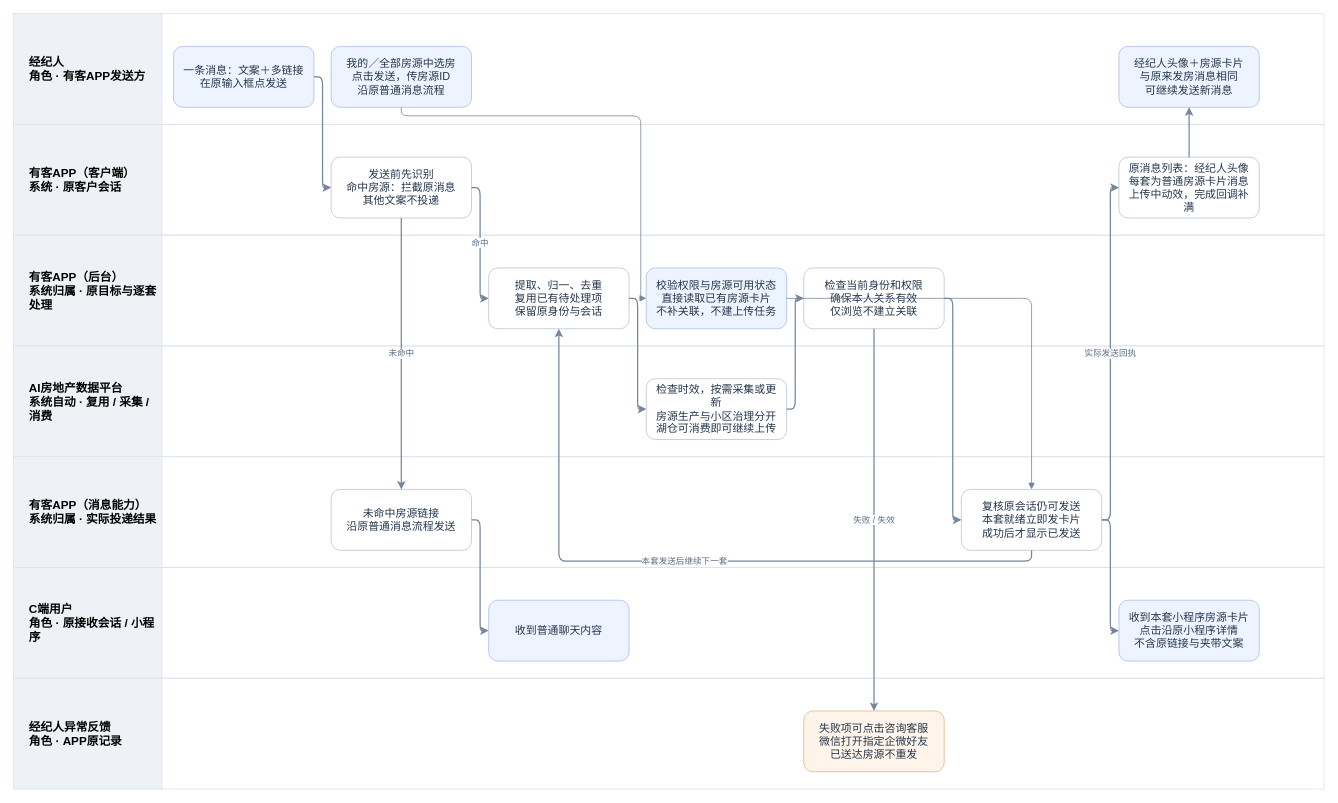
Before: page "APP客户会话｜角色与系统泳道" (2 of 3) of B端发房共用资源/V3.0-B端房源上传与管理-角色与系统业务流程.drawio in JZT-AI/ai-real-estate-platform-v3-prototype, a draw.io diagram. Source tidied: cells renumbered, new cells numbered last; positions are measured from the earlier drawing's top-left corner, leaving out a move shared by most shapes. Both pictures are drawn from the tidied source at 78%, with x=0, y=0 at pixel (13, 13).
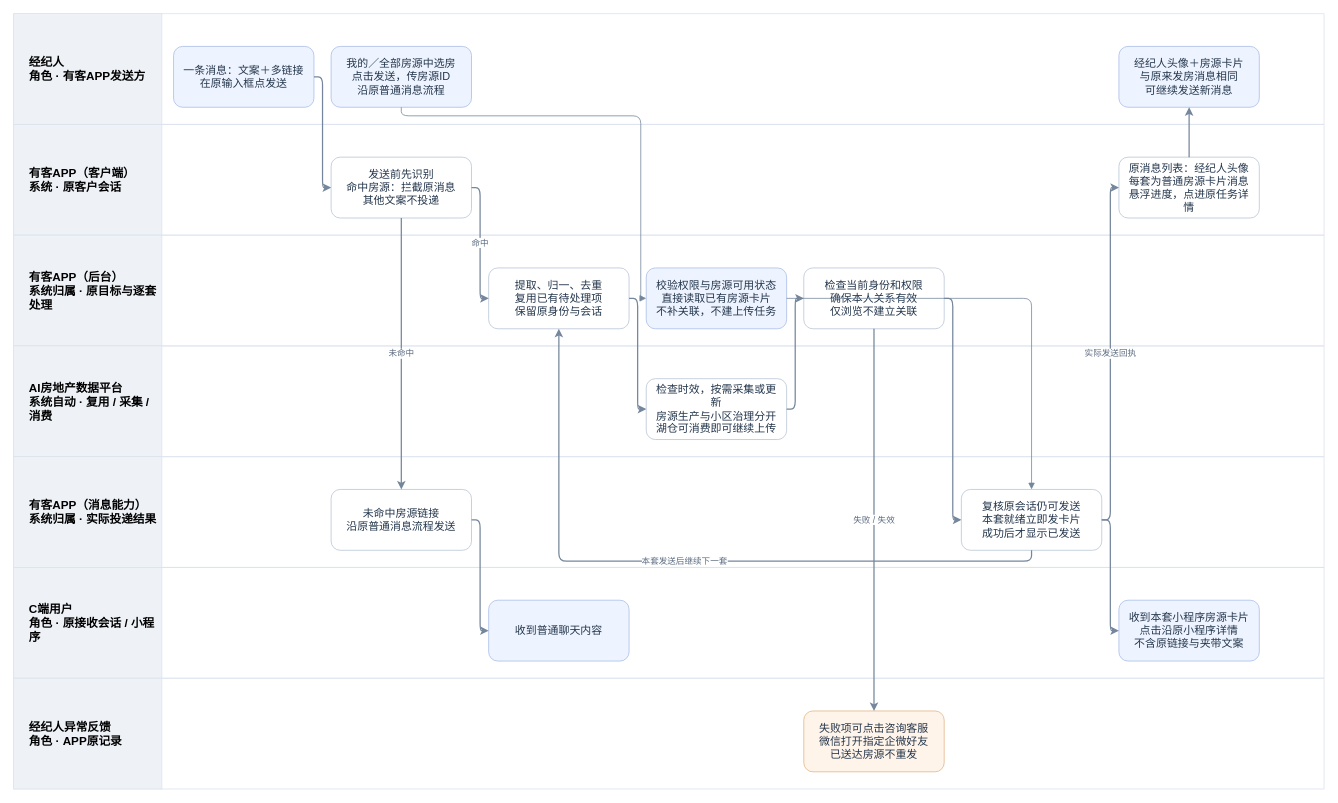
The same diagram, later.

Commit message (it also covers changes not shown here):
Show floating upload progress and completion notifications after sending

The change refers to these unchanged cells:
```xml
<mxCell id="4" style="swimlane;horizontal=1;startSize=0;fillColor=#f8fafc;strokeColor=#dce3ed;" parent="1" vertex="1">
  <mxGeometry y="142" width="1680" height="142" as="geometry" />
</mxCell>
```

Diff of the diagram source:
```diff
@@
-    <mxCell id="23" value="原消息列表：经纪人头像&lt;br&gt;每套为普通房源卡片消息&lt;br&gt;上传中动效，完成回调补满" style="rounded=1;whiteSpace=wrap;html=1;fillColor=#fff;strokeColor=#b7c4d5;fontColor=#24364c;fontSize=14;spacing=8;" parent="4" vertex="1">
+    <mxCell id="23" value="原消息列表：经纪人头像&lt;br&gt;每套为普通房源卡片消息&lt;br&gt;悬浮进度，点进原任务详情" style="rounded=1;whiteSpace=wrap;html=1;fillColor=#fff;strokeColor=#b7c4d5;fontColor=#24364c;fontSize=14;spacing=8;" parent="4" vertex="1">
       <mxGeometry x="1417" y="42" width="180" height="78" as="geometry" />
     </mxCell>
```
